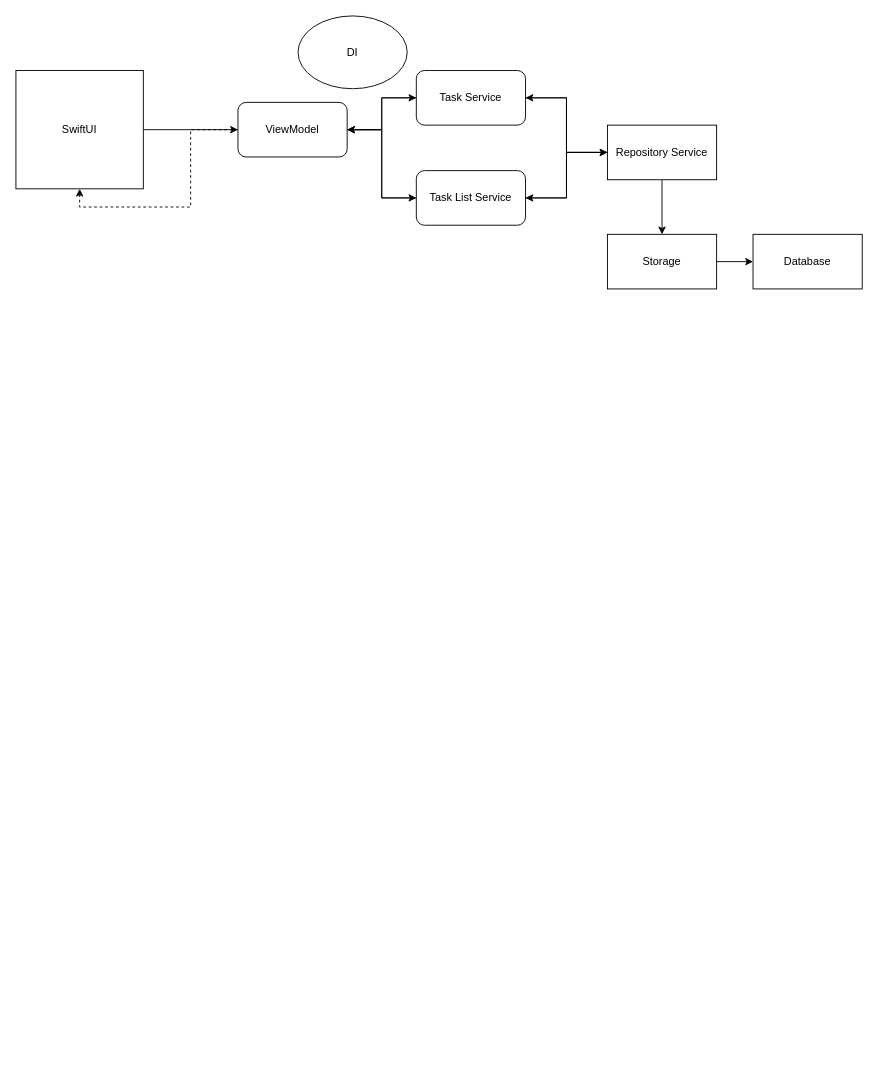
Before: ToDoList.drawio in sarathi12/ToDoList, a draw.io diagram. Source tidied: cells renumbered, new cells numbered last; positions are measured from the earlier drawing's top-left corner, leaving out a move shared by most shapes. Both pictures are drawn from the tidied source at 91%, with x=0, y=0 at pixel (15, 15).
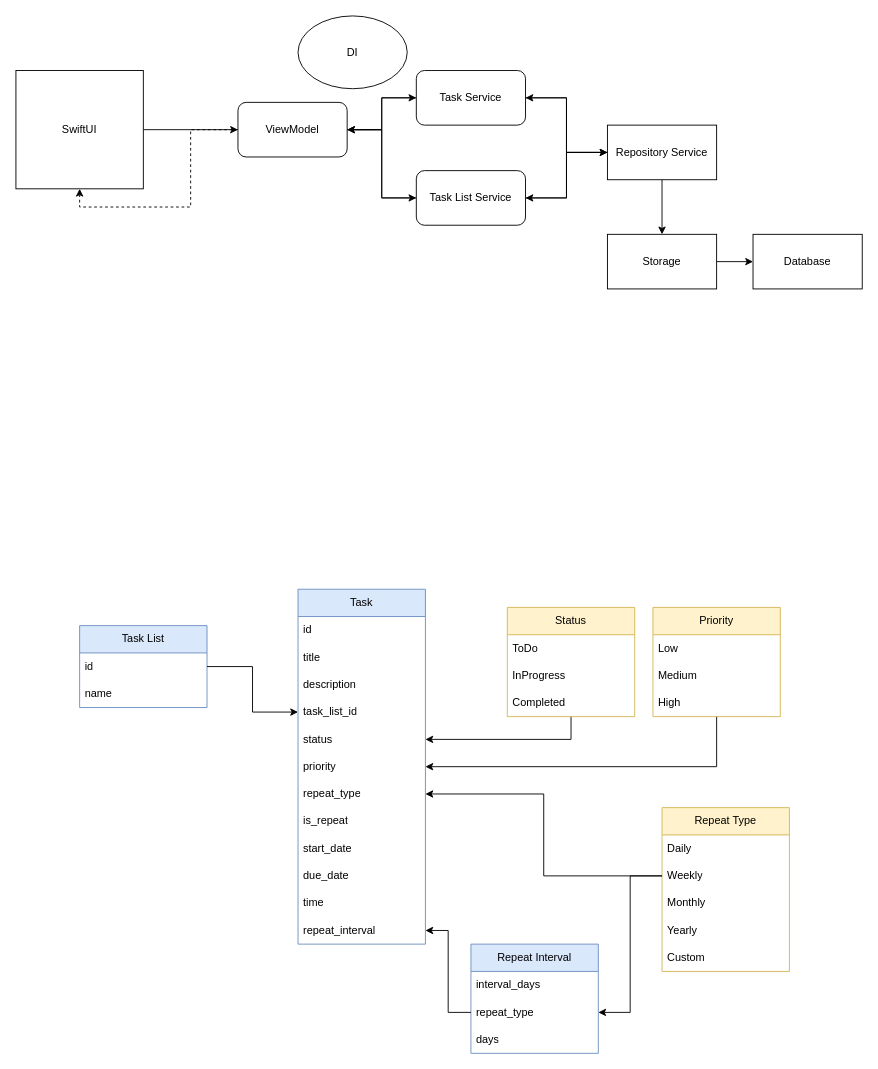
After the change.

Diff of the diagram source:
```diff
@@
+    <mxCell id="22" style="edgeStyle=orthogonalEdgeStyle;rounded=0;jettySize=auto;html=1;" parent="1" edge="1" source="23" target="42">
+      <mxGeometry relative="1" as="geometry" />
+    </mxCell>
+    <mxCell id="23" value="Priority" style="swimlane;fontStyle=0;horizontal=1;startSize=30;whiteSpace=wrap;html=1;fillColor=#fff2cc;strokeColor=#d6b656;" parent="1" vertex="1">
+      <mxGeometry x="700" y="650" width="140" height="120" as="geometry" />
+    </mxCell>
+    <mxCell id="24" value="Low" style="text;strokeColor=none;fillColor=none;align=left;verticalAlign=middle;spacingLeft=4;spacingRight=4;overflow=hidden;whiteSpace=wrap;html=1;" parent="23" vertex="1">
+      <mxGeometry y="30" width="140" height="30" as="geometry" />
+    </mxCell>
+    <mxCell id="25" value="Medium" style="text;strokeColor=none;fillColor=none;align=left;verticalAlign=middle;spacingLeft=4;spacingRight=4;overflow=hidden;whiteSpace=wrap;html=1;" parent="23" vertex="1">
+      <mxGeometry y="60" width="140" height="30" as="geometry" />
+    </mxCell>
+    <mxCell id="26" value="High" style="text;strokeColor=none;fillColor=none;align=left;verticalAlign=middle;spacingLeft=4;spacingRight=4;overflow=hidden;whiteSpace=wrap;html=1;" parent="23" vertex="1">
+      <mxGeometry y="90" width="140" height="30" as="geometry" />
+    </mxCell>
+    <mxCell id="27" value="Repeat Type" style="swimlane;fontStyle=0;horizontal=1;startSize=30;whiteSpace=wrap;html=1;fillColor=#fff2cc;strokeColor=#d6b656;" parent="1" vertex="1">
+      <mxGeometry x="710" y="870" width="140" height="180" as="geometry" />
+    </mxCell>
+    <mxCell id="28" value="Daily" style="text;strokeColor=none;fillColor=none;align=left;verticalAlign=middle;spacingLeft=4;spacingRight=4;overflow=hidden;whiteSpace=wrap;html=1;" parent="27" vertex="1">
+      <mxGeometry y="30" width="140" height="30" as="geometry" />
+    </mxCell>
+    <mxCell id="29" value="Weekly" style="text;strokeColor=none;fillColor=none;align=left;verticalAlign=middle;spacingLeft=4;spacingRight=4;overflow=hidden;points=[[0,0.5],[1,0.5]];portConstraint=eastwest;whiteSpace=wrap;html=1;" parent="27" vertex="1">
+      <mxGeometry y="60" width="140" height="30" as="geometry" />
+    </mxCell>
+    <mxCell id="30" value="Monthly" style="text;strokeColor=none;fillColor=none;align=left;verticalAlign=middle;spacingLeft=4;spacingRight=4;overflow=hidden;whiteSpace=wrap;html=1;" parent="27" vertex="1">
+      <mxGeometry y="90" width="140" height="30" as="geometry" />
+    </mxCell>
+    <mxCell id="31" value="Yearly" style="text;strokeColor=none;fillColor=none;align=left;verticalAlign=middle;spacingLeft=4;spacingRight=4;overflow=hidden;whiteSpace=wrap;html=1;" parent="27" vertex="1">
+      <mxGeometry y="120" width="140" height="30" as="geometry" />
+    </mxCell>
+    <mxCell id="32" value="Custom" style="text;strokeColor=none;fillColor=none;align=left;verticalAlign=middle;spacingLeft=4;spacingRight=4;overflow=hidden;whiteSpace=wrap;html=1;" parent="27" vertex="1">
+      <mxGeometry y="150" width="140" height="30" as="geometry" />
+    </mxCell>
+    <mxCell id="33" value="Task List" style="swimlane;fontStyle=0;horizontal=1;startSize=30;whiteSpace=wrap;html=1;fillColor=#dae8fc;strokeColor=#6c8ebf;" parent="1" vertex="1">
+      <mxGeometry x="70" y="670" width="140" height="90" as="geometry" />
+    </mxCell>
+    <mxCell id="34" value="id" style="text;strokeColor=none;fillColor=none;align=left;verticalAlign=middle;spacingLeft=4;spacingRight=4;overflow=hidden;points=[[0,0.5],[1,0.5]];portConstraint=eastwest;whiteSpace=wrap;html=1;" parent="33" vertex="1">
+      <mxGeometry y="30" width="140" height="30" as="geometry" />
+    </mxCell>
+    <mxCell id="35" value="name" style="text;strokeColor=none;fillColor=none;align=left;verticalAlign=middle;spacingLeft=4;spacingRight=4;overflow=hidden;whiteSpace=wrap;html=1;" parent="33" vertex="1">
+      <mxGeometry y="60" width="140" height="30" as="geometry" />
+    </mxCell>
+    <mxCell id="36" value="Task" style="swimlane;fontStyle=0;horizontal=1;startSize=30;whiteSpace=wrap;html=1;fillColor=#dae8fc;strokeColor=#6c8ebf;" parent="1" vertex="1">
+      <mxGeometry x="310" y="630" width="140" height="390" as="geometry" />
+    </mxCell>
+    <mxCell id="37" value="id" style="text;strokeColor=none;fillColor=none;align=left;verticalAlign=middle;spacingLeft=4;spacingRight=4;overflow=hidden;whiteSpace=wrap;html=1;" parent="36" vertex="1">
+      <mxGeometry y="30" width="140" height="30" as="geometry" />
+    </mxCell>
+    <mxCell id="38" value="title" style="text;strokeColor=none;fillColor=none;align=left;verticalAlign=middle;spacingLeft=4;spacingRight=4;overflow=hidden;whiteSpace=wrap;html=1;" parent="36" vertex="1">
+      <mxGeometry y="60" width="140" height="30" as="geometry" />
+    </mxCell>
+    <mxCell id="39" value="description" style="text;strokeColor=none;fillColor=none;align=left;verticalAlign=middle;spacingLeft=4;spacingRight=4;overflow=hidden;whiteSpace=wrap;html=1;" parent="36" vertex="1">
+      <mxGeometry y="90" width="140" height="30" as="geometry" />
+    </mxCell>
+    <mxCell id="40" value="task_list_id" style="text;strokeColor=none;fillColor=none;align=left;verticalAlign=middle;spacingLeft=4;spacingRight=4;overflow=hidden;points=[[0,0.5],[1,0.5]];portConstraint=eastwest;whiteSpace=wrap;html=1;" parent="36" vertex="1">
+      <mxGeometry y="120" width="140" height="30" as="geometry" />
+    </mxCell>
+    <mxCell id="41" value="status" style="text;strokeColor=none;fillColor=none;align=left;verticalAlign=middle;spacingLeft=4;spacingRight=4;overflow=hidden;points=[[0,0.5],[1,0.5]];portConstraint=eastwest;whiteSpace=wrap;html=1;" parent="36" vertex="1">
+      <mxGeometry y="150" width="140" height="30" as="geometry" />
+    </mxCell>
+    <mxCell id="42" value="priority" style="text;strokeColor=none;fillColor=none;align=left;verticalAlign=middle;spacingLeft=4;spacingRight=4;overflow=hidden;points=[[0,0.5],[1,0.5]];portConstraint=eastwest;whiteSpace=wrap;html=1;" parent="36" vertex="1">
+      <mxGeometry y="180" width="140" height="30" as="geometry" />
+    </mxCell>
+    <mxCell id="43" value="repeat_type" style="text;strokeColor=none;fillColor=none;align=left;verticalAlign=middle;spacingLeft=4;spacingRight=4;overflow=hidden;points=[[0,0.5],[1,0.5]];portConstraint=eastwest;whiteSpace=wrap;html=1;" parent="36" vertex="1">
+      <mxGeometry y="210" width="140" height="30" as="geometry" />
+    </mxCell>
+    <mxCell id="44" value="is_repeat" style="text;strokeColor=none;fillColor=none;align=left;verticalAlign=middle;spacingLeft=4;spacingRight=4;overflow=hidden;whiteSpace=wrap;html=1;" parent="36" vertex="1">
+      <mxGeometry y="240" width="140" height="30" as="geometry" />
+    </mxCell>
+    <mxCell id="45" value="start_date" style="text;strokeColor=none;fillColor=none;align=left;verticalAlign=middle;spacingLeft=4;spacingRight=4;overflow=hidden;whiteSpace=wrap;html=1;" parent="36" vertex="1">
+      <mxGeometry y="270" width="140" height="30" as="geometry" />
+    </mxCell>
+    <mxCell id="46" value="due_date" style="text;strokeColor=none;fillColor=none;align=left;verticalAlign=middle;spacingLeft=4;spacingRight=4;overflow=hidden;whiteSpace=wrap;html=1;" parent="36" vertex="1">
+      <mxGeometry y="300" width="140" height="30" as="geometry" />
+    </mxCell>
+    <mxCell id="47" value="time" style="text;strokeColor=none;fillColor=none;align=left;verticalAlign=middle;spacingLeft=4;spacingRight=4;overflow=hidden;whiteSpace=wrap;html=1;" parent="36" vertex="1">
+      <mxGeometry y="330" width="140" height="30" as="geometry" />
+    </mxCell>
+    <mxCell id="48" value="repeat_interval" style="text;strokeColor=none;fillColor=none;align=left;verticalAlign=middle;spacingLeft=4;spacingRight=4;overflow=hidden;points=[[0,0.5],[1,0.5]];portConstraint=eastwest;whiteSpace=wrap;html=1;" parent="36" vertex="1">
+      <mxGeometry y="360" width="140" height="30" as="geometry" />
+    </mxCell>
+    <mxCell id="49" style="edgeStyle=orthogonalEdgeStyle;rounded=0;jettySize=auto;html=1;" parent="1" edge="1" source="50" target="41">
+      <mxGeometry relative="1" as="geometry" />
+    </mxCell>
+    <mxCell id="50" value="Status" style="swimlane;fontStyle=0;horizontal=1;startSize=30;whiteSpace=wrap;html=1;fillColor=#fff2cc;strokeColor=#d6b656;" parent="1" vertex="1">
+      <mxGeometry x="540" y="650" width="140" height="120" as="geometry" />
+    </mxCell>
+    <mxCell id="51" value="ToDo" style="text;strokeColor=none;fillColor=none;align=left;verticalAlign=middle;spacingLeft=4;spacingRight=4;overflow=hidden;whiteSpace=wrap;html=1;" parent="50" vertex="1">
+      <mxGeometry y="30" width="140" height="30" as="geometry" />
+    </mxCell>
+    <mxCell id="52" value="InProgress" style="text;strokeColor=none;fillColor=none;align=left;verticalAlign=middle;spacingLeft=4;spacingRight=4;overflow=hidden;whiteSpace=wrap;html=1;" parent="50" vertex="1">
+      <mxGeometry y="60" width="140" height="30" as="geometry" />
+    </mxCell>
+    <mxCell id="53" value="Completed" style="text;strokeColor=none;fillColor=none;align=left;verticalAlign=middle;spacingLeft=4;spacingRight=4;overflow=hidden;whiteSpace=wrap;html=1;" parent="50" vertex="1">
+      <mxGeometry y="90" width="140" height="30" as="geometry" />
+    </mxCell>
+    <mxCell id="54" style="edgeStyle=orthogonalEdgeStyle;rounded=0;jettySize=auto;html=1;entryX=0;entryY=0.5;entryDx=0;entryDy=0;" parent="1" edge="1" source="34" target="40">
+      <mxGeometry relative="1" as="geometry" />
+    </mxCell>
+    <mxCell id="55" style="edgeStyle=orthogonalEdgeStyle;rounded=0;jettySize=auto;html=1;" parent="1" edge="1" source="29" target="43">
+      <mxGeometry relative="1" as="geometry" />
+    </mxCell>
+    <mxCell id="56" value="Repeat Interval" style="swimlane;fontStyle=0;horizontal=1;startSize=30;whiteSpace=wrap;html=1;fillColor=#dae8fc;strokeColor=#6c8ebf;" parent="1" vertex="1">
+      <mxGeometry x="500" y="1020" width="140" height="120" as="geometry" />
+    </mxCell>
+    <mxCell id="57" value="interval_days" style="text;strokeColor=none;fillColor=none;align=left;verticalAlign=middle;spacingLeft=4;spacingRight=4;overflow=hidden;whiteSpace=wrap;html=1;" parent="56" vertex="1">
+      <mxGeometry y="30" width="140" height="30" as="geometry" />
+    </mxCell>
+    <mxCell id="58" value="repeat_type" style="text;strokeColor=none;fillColor=none;align=left;verticalAlign=middle;spacingLeft=4;spacingRight=4;overflow=hidden;points=[[0,0.5],[1,0.5]];portConstraint=eastwest;whiteSpace=wrap;html=1;" parent="56" vertex="1">
+      <mxGeometry y="60" width="140" height="30" as="geometry" />
+    </mxCell>
+    <mxCell id="59" value="days" style="text;strokeColor=none;fillColor=none;align=left;verticalAlign=middle;spacingLeft=4;spacingRight=4;overflow=hidden;whiteSpace=wrap;html=1;" parent="56" vertex="1">
+      <mxGeometry y="90" width="140" height="30" as="geometry" />
+    </mxCell>
+    <mxCell id="60" style="edgeStyle=orthogonalEdgeStyle;rounded=0;jettySize=auto;html=1;" parent="1" edge="1" source="58" target="48">
+      <mxGeometry relative="1" as="geometry" />
+    </mxCell>
+    <mxCell id="61" style="edgeStyle=orthogonalEdgeStyle;rounded=0;jettySize=auto;html=1;" parent="1" edge="1" source="29" target="58">
+      <mxGeometry relative="1" as="geometry" />
+    </mxCell>
```
